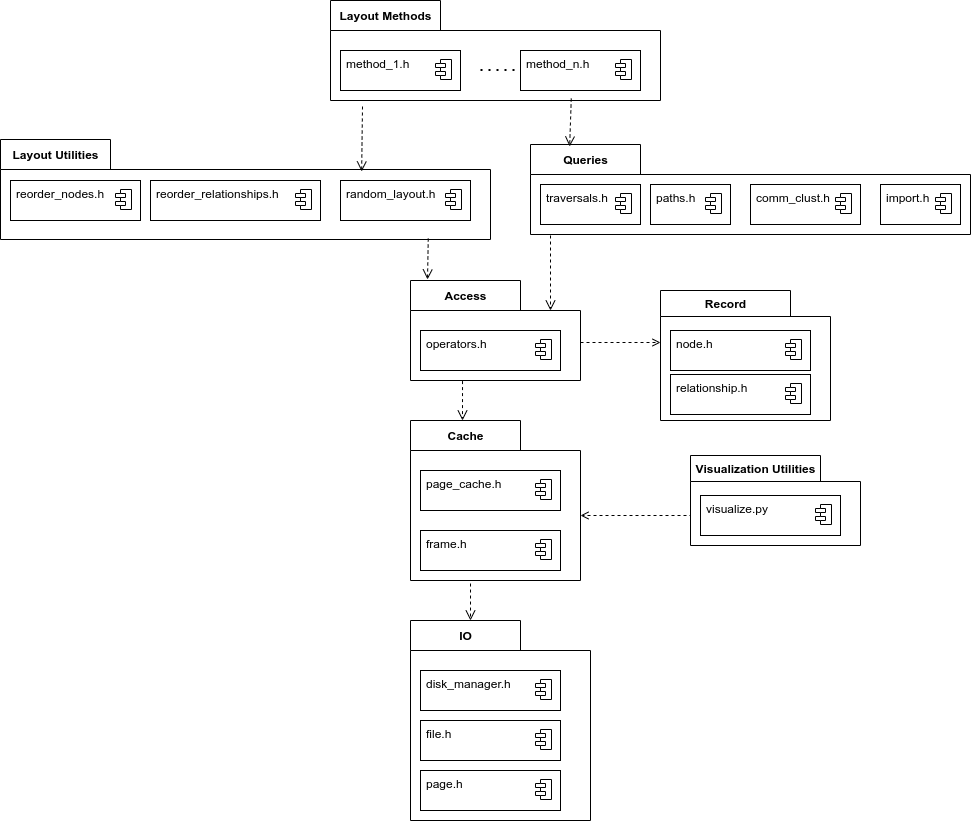
Earlier version of the draw.io export doc/user_guide/img/overview.png (SomeUserName1/master). Source tidied: cells renumbered, new cells last; positions are measured from the earlier drawing's top-left corner, leaving out a move shared by most shapes.
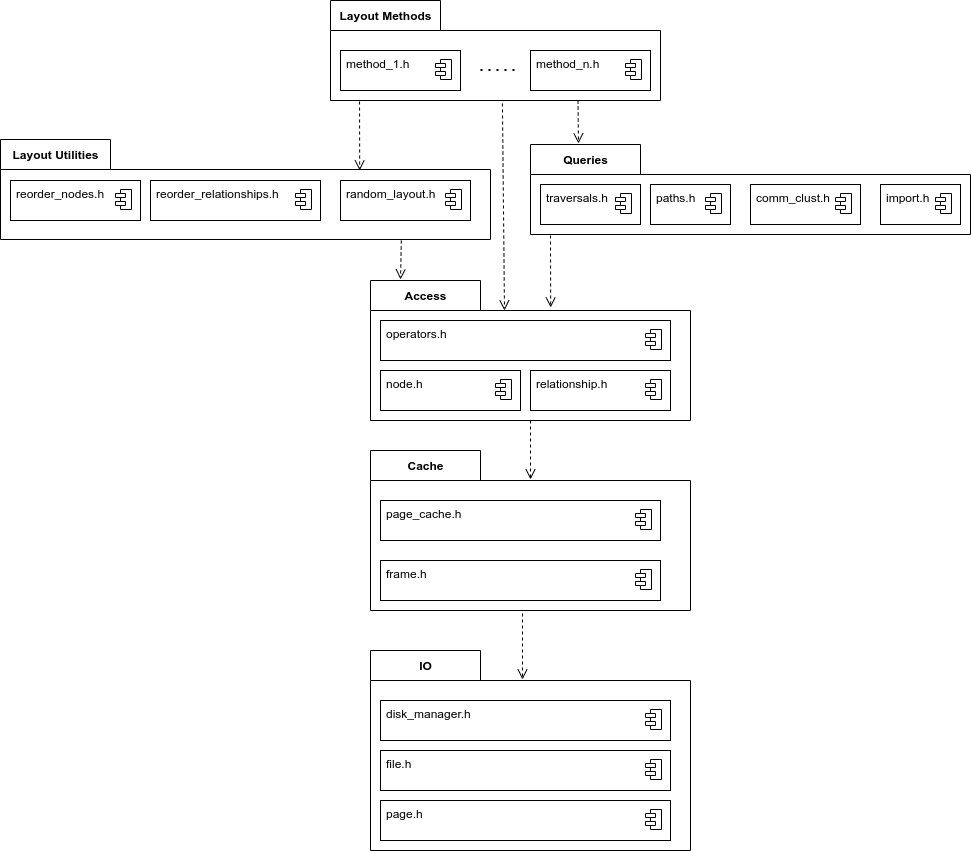
The same diagram one commit later.

Diff of the diagram source:
```diff
@@ -3,13 +3,13 @@
     <mxCell id="0" />
     <mxCell id="1" parent="0" />
     <mxCell id="2" value="IO" style="shape=folder;fontStyle=1;tabWidth=110;tabHeight=30;tabPosition=left;html=1;boundedLbl=1;labelInHeader=1;" parent="1" vertex="1">
-      <mxGeometry x="410" y="620" width="180" height="200" as="geometry" />
+      <mxGeometry x="370" y="650" width="320" height="200" as="geometry" />
     </mxCell>
     <mxCell id="3" style="fontStyle=1;align=center;verticalAlign=top;horizontal=1;" parent="2" vertex="1">
-      <mxGeometry x="10" y="150" width="140" height="40" as="geometry" />
+      <mxGeometry x="10" y="150" width="290" height="40" as="geometry" />
     </mxCell>
     <mxCell id="4" value="page.h" style="html=1;align=left;spacingLeft=4;verticalAlign=top;strokeColor=none;fillColor=none;" parent="3" vertex="1">
-      <mxGeometry width="140" height="40" as="geometry" />
+      <mxGeometry width="290" height="40" as="geometry" />
     </mxCell>
     <mxCell id="5" style="shape=module;jettyWidth=10;jettyHeight=4;" parent="4" vertex="1">
       <mxGeometry x="1" width="16" height="20" relative="1" as="geometry">
@@ -17,10 +17,10 @@
       </mxGeometry>
     </mxCell>
     <mxCell id="6" style="fontStyle=1;align=center;verticalAlign=top;horizontal=1;" parent="2" vertex="1">
-      <mxGeometry x="10" y="100" width="140" height="40" as="geometry" />
+      <mxGeometry x="10" y="100" width="290" height="40" as="geometry" />
     </mxCell>
     <mxCell id="7" value="file.h" style="html=1;align=left;spacingLeft=4;verticalAlign=top;strokeColor=none;fillColor=none;" parent="6" vertex="1">
-      <mxGeometry width="140" height="40" as="geometry" />
+      <mxGeometry width="290" height="40" as="geometry" />
     </mxCell>
     <mxCell id="8" style="shape=module;jettyWidth=10;jettyHeight=4;" parent="7" vertex="1">
       <mxGeometry x="1" width="16" height="20" relative="1" as="geometry">
@@ -28,10 +28,10 @@
       </mxGeometry>
     </mxCell>
     <mxCell id="9" style="fontStyle=1;align=center;verticalAlign=top;horizontal=1;" parent="2" vertex="1">
-      <mxGeometry x="10" y="50" width="140" height="40" as="geometry" />
+      <mxGeometry x="10" y="50" width="290" height="40" as="geometry" />
     </mxCell>
     <mxCell id="10" value="disk_manager.h" style="html=1;align=left;spacingLeft=4;verticalAlign=top;strokeColor=none;fillColor=none;" parent="9" vertex="1">
-      <mxGeometry width="140" height="40" as="geometry" />
+      <mxGeometry width="290" height="40" as="geometry" />
     </mxCell>
     <mxCell id="11" style="shape=module;jettyWidth=10;jettyHeight=4;" parent="10" vertex="1">
       <mxGeometry x="1" width="16" height="20" relative="1" as="geometry">
@@ -39,13 +39,13 @@
       </mxGeometry>
     </mxCell>
     <mxCell id="12" value="Cache" style="shape=folder;fontStyle=1;tabWidth=110;tabHeight=30;tabPosition=left;html=1;boundedLbl=1;labelInHeader=1;" parent="1" vertex="1">
-      <mxGeometry x="410" y="420" width="170" height="160" as="geometry" />
+      <mxGeometry x="370" y="450" width="320" height="160" as="geometry" />
     </mxCell>
     <mxCell id="13" style="fontStyle=1;align=center;verticalAlign=top;horizontal=1;" parent="12" vertex="1">
-      <mxGeometry x="10" y="110" width="140" height="40" as="geometry" />
+      <mxGeometry x="10" y="110" width="280" height="40" as="geometry" />
     </mxCell>
     <mxCell id="14" value="frame.h" style="html=1;align=left;spacingLeft=4;verticalAlign=top;strokeColor=none;fillColor=none;" parent="13" vertex="1">
-      <mxGeometry width="140" height="40" as="geometry" />
+      <mxGeometry width="280" height="40" as="geometry" />
     </mxCell>
     <mxCell id="15" style="shape=module;jettyWidth=10;jettyHeight=4;" parent="14" vertex="1">
       <mxGeometry x="1" width="16" height="20" relative="1" as="geometry">
@@ -53,39 +53,59 @@
       </mxGeometry>
     </mxCell>
     <mxCell id="16" style="fontStyle=1;align=center;verticalAlign=top;horizontal=1;" parent="12" vertex="1">
-      <mxGeometry x="10" y="50" width="140" height="40" as="geometry" />
+      <mxGeometry x="10" y="50" width="280" height="40" as="geometry" />
     </mxCell>
     <mxCell id="17" value="page_cache.h" style="html=1;align=left;spacingLeft=4;verticalAlign=top;strokeColor=none;fillColor=none;" parent="16" vertex="1">
-      <mxGeometry width="140" height="40" as="geometry" />
+      <mxGeometry width="280" height="40" as="geometry" />
     </mxCell>
     <mxCell id="18" style="shape=module;jettyWidth=10;jettyHeight=4;" parent="17" vertex="1">
       <mxGeometry x="1" width="16" height="20" relative="1" as="geometry">
         <mxPoint x="-25" y="9" as="offset" />
       </mxGeometry>
     </mxCell>
-    <mxCell id="19" style="endArrow=open;startArrow=none;endFill=0;startFill=0;endSize=8;html=1;verticalAlign=bottom;dashed=1;labelBackgroundColor=none;exitX=0.353;exitY=1.019;exitDx=0;exitDy=0;exitPerimeter=0;" parent="1" edge="1" source="12">
+    <mxCell id="19" style="endArrow=open;startArrow=none;endFill=0;startFill=0;endSize=8;html=1;verticalAlign=bottom;dashed=1;labelBackgroundColor=none;entryX=0.475;entryY=0.145;entryDx=0;entryDy=0;entryPerimeter=0;" parent="1" edge="1" target="2">
       <mxGeometry relative="1" as="geometry">
-        <mxPoint x="470" y="620" as="targetPoint" />
+        <mxPoint x="522" y="613" as="sourcePoint" />
       </mxGeometry>
     </mxCell>
     <mxCell id="20" value="Access" style="shape=folder;fontStyle=1;tabWidth=110;tabHeight=30;tabPosition=left;html=1;boundedLbl=1;labelInHeader=1;" parent="1" vertex="1">
-      <mxGeometry x="410" y="280" width="170" height="100" as="geometry" />
+      <mxGeometry x="370" y="280" width="320" height="140" as="geometry" />
     </mxCell>
+    <mxCell id="73" style="fontStyle=1;align=center;verticalAlign=top;horizontal=1;" parent="20" vertex="1">
+      <mxGeometry x="10" y="90" width="140" height="40" as="geometry" />
+    </mxCell>
+    <mxCell id="67" value="node.h" style="html=1;align=left;spacingLeft=4;verticalAlign=top;strokeColor=none;fillColor=none;" parent="73" vertex="1">
+      <mxGeometry width="140" height="40" as="geometry" />
+    </mxCell>
+    <mxCell id="74" style="shape=module;jettyWidth=10;jettyHeight=4;" parent="67" vertex="1">
+      <mxGeometry x="1" width="16" height="20" relative="1" as="geometry">
+        <mxPoint x="-25" y="9" as="offset" />
+      </mxGeometry>
+    </mxCell>
+    <mxCell id="75" style="fontStyle=1;align=center;verticalAlign=top;horizontal=1;" parent="20" vertex="1">
+      <mxGeometry x="160" y="90" width="140" height="40" as="geometry" />
+    </mxCell>
+    <mxCell id="70" value="relationship.h" style="html=1;align=left;spacingLeft=4;verticalAlign=top;strokeColor=none;fillColor=none;" parent="75" vertex="1">
+      <mxGeometry width="140" height="40" as="geometry" />
+    </mxCell>
+    <mxCell id="76" style="shape=module;jettyWidth=10;jettyHeight=4;" parent="70" vertex="1">
+      <mxGeometry x="1" width="16" height="20" relative="1" as="geometry">
+        <mxPoint x="-25" y="9" as="offset" />
+      </mxGeometry>
+    </mxCell>
     <mxCell id="21" style="fontStyle=1;align=center;verticalAlign=top;horizontal=1;" parent="20" vertex="1">
-      <mxGeometry x="10" y="50" width="140" height="40" as="geometry" />
+      <mxGeometry x="10" y="40" width="290" height="40" as="geometry" />
     </mxCell>
     <mxCell id="22" value="operators.h" style="html=1;align=left;spacingLeft=4;verticalAlign=top;strokeColor=none;fillColor=none;" parent="21" vertex="1">
-      <mxGeometry width="140" height="40" as="geometry" />
+      <mxGeometry width="290" height="40" as="geometry" />
     </mxCell>
     <mxCell id="23" style="shape=module;jettyWidth=10;jettyHeight=4;" parent="22" vertex="1">
       <mxGeometry x="1" width="16" height="20" relative="1" as="geometry">
         <mxPoint x="-25" y="9" as="offset" />
       </mxGeometry>
     </mxCell>
-    <mxCell id="24" style="endArrow=open;startArrow=none;endFill=0;startFill=0;endSize=8;html=1;verticalAlign=bottom;dashed=1;labelBackgroundColor=none;exitX=0.306;exitY=1.006;exitDx=0;exitDy=0;exitPerimeter=0;" parent="1" edge="1" source="20">
-      <mxGeometry relative="1" as="geometry">
-        <mxPoint x="462" y="420" as="targetPoint" />
-      </mxGeometry>
+    <mxCell id="24" style="endArrow=open;startArrow=none;endFill=0;startFill=0;endSize=8;html=1;verticalAlign=bottom;dashed=1;labelBackgroundColor=none;entryX=0.5;entryY=0.181;entryDx=0;entryDy=0;entryPerimeter=0;exitX=0.5;exitY=1;exitDx=0;exitDy=0;exitPerimeter=0;" parent="1" edge="1" source="20" target="12">
+      <mxGeometry relative="1" as="geometry" />
     </mxCell>
     <mxCell id="25" value="Queries" style="shape=folder;fontStyle=1;tabWidth=110;tabHeight=30;tabPosition=left;html=1;boundedLbl=1;labelInHeader=1;" parent="1" vertex="1">
       <mxGeometry x="530" y="144" width="440" height="90" as="geometry" />
@@ -134,7 +154,7 @@
         <mxPoint x="-25" y="9" as="offset" />
       </mxGeometry>
     </mxCell>
-    <mxCell id="38" style="endArrow=open;startArrow=none;endFill=0;startFill=0;endSize=8;html=1;verticalAlign=bottom;dashed=1;labelBackgroundColor=none;entryX=0;entryY=0;entryDx=140;entryDy=30;entryPerimeter=0;" parent="1" edge="1" target="20">
+    <mxCell id="38" style="endArrow=open;startArrow=none;endFill=0;startFill=0;endSize=8;html=1;verticalAlign=bottom;dashed=1;labelBackgroundColor=none;entryX=0.563;entryY=0.193;entryDx=0;entryDy=0;entryPerimeter=0;" parent="1" edge="1" target="20">
       <mxGeometry relative="1" as="geometry">
         <mxPoint x="550" y="235" as="sourcePoint" />
       </mxGeometry>
@@ -175,8 +195,10 @@
         <mxPoint x="-25" y="9" as="offset" />
       </mxGeometry>
     </mxCell>
-    <mxCell id="49" style="endArrow=open;startArrow=none;endFill=0;startFill=0;endSize=8;html=1;verticalAlign=bottom;dashed=1;labelBackgroundColor=none;entryX=0.1;entryY=-0.01;entryDx=0;entryDy=0;entryPerimeter=0;exitX=0.873;exitY=0.99;exitDx=0;exitDy=0;exitPerimeter=0;" parent="1" edge="1" source="39" target="20">
-      <mxGeometry relative="1" as="geometry" />
+    <mxCell id="49" style="endArrow=open;startArrow=none;endFill=0;startFill=0;endSize=8;html=1;verticalAlign=bottom;dashed=1;labelBackgroundColor=none;exitX=0.818;exitY=1.01;exitDx=0;exitDy=0;exitPerimeter=0;" parent="1" edge="1" source="39">
+      <mxGeometry relative="1" as="geometry">
+        <mxPoint x="400" y="279" as="targetPoint" />
+      </mxGeometry>
     </mxCell>
     <mxCell id="50" value="Layout Methods" style="shape=folder;fontStyle=1;tabWidth=110;tabHeight=30;tabPosition=left;html=1;boundedLbl=1;labelInHeader=1;" parent="1" vertex="1">
       <mxGeometry x="330" width="330" height="100" as="geometry" />
@@ -199,7 +221,7 @@
       </mxGeometry>
     </mxCell>
     <mxCell id="55" style="fontStyle=1;align=center;verticalAlign=top;horizontal=1;" parent="50" vertex="1">
-      <mxGeometry x="190" y="50" width="120" height="40" as="geometry" />
+      <mxGeometry x="200" y="50" width="120" height="40" as="geometry" />
     </mxCell>
     <mxCell id="56" value="method_n.h" style="html=1;align=left;spacingLeft=4;verticalAlign=top;strokeColor=none;fillColor=none;" parent="55" vertex="1">
       <mxGeometry width="120" height="40" as="geometry" />
@@ -209,64 +231,18 @@
         <mxPoint x="-25" y="9" as="offset" />
       </mxGeometry>
     </mxCell>
-    <mxCell id="58" style="endArrow=open;startArrow=none;endFill=0;startFill=0;endSize=8;html=1;verticalAlign=bottom;dashed=1;labelBackgroundColor=none;entryX=0.737;entryY=0.32;entryDx=0;entryDy=0;entryPerimeter=0;exitX=0.097;exitY=1.06;exitDx=0;exitDy=0;exitPerimeter=0;" parent="1" edge="1" source="50" target="39">
+    <mxCell id="58" style="endArrow=open;startArrow=none;endFill=0;startFill=0;endSize=8;html=1;verticalAlign=bottom;dashed=1;labelBackgroundColor=none;entryX=0.733;entryY=0.31;entryDx=0;entryDy=0;entryPerimeter=0;exitX=0.088;exitY=1.01;exitDx=0;exitDy=0;exitPerimeter=0;" parent="1" edge="1" source="50" target="39">
       <mxGeometry relative="1" as="geometry" />
     </mxCell>
-    <mxCell id="59" style="endArrow=open;startArrow=none;endFill=0;startFill=0;endSize=8;html=1;verticalAlign=bottom;dashed=1;labelBackgroundColor=none;entryX=0.089;entryY=0.022;entryDx=0;entryDy=0;entryPerimeter=0;exitX=0.873;exitY=0.99;exitDx=0;exitDy=0;exitPerimeter=0;" parent="1" edge="1" target="25">
+    <mxCell id="59" style="endArrow=open;startArrow=none;endFill=0;startFill=0;endSize=8;html=1;verticalAlign=bottom;dashed=1;labelBackgroundColor=none;exitX=0.75;exitY=1;exitDx=0;exitDy=0;exitPerimeter=0;" parent="1" edge="1" source="50">
       <mxGeometry relative="1" as="geometry">
-        <mxPoint x="570.8" y="98" as="sourcePoint" />
+        <mxPoint x="578" y="143" as="targetPoint" />
       </mxGeometry>
     </mxCell>
-    <mxCell id="60" value="Visualization Utilities" style="shape=folder;fontStyle=1;tabWidth=130;tabHeight=26;tabPosition=left;html=1;boundedLbl=1;labelInHeader=1;" parent="1" vertex="1">
-      <mxGeometry x="690" y="455" width="170" height="90" as="geometry" />
-    </mxCell>
-    <mxCell id="61" style="fontStyle=1;align=center;verticalAlign=top;horizontal=1;" parent="60" vertex="1">
-      <mxGeometry x="10" y="40" width="140" height="40" as="geometry" />
-    </mxCell>
-    <mxCell id="62" value="visualize.py" style="html=1;align=left;spacingLeft=4;verticalAlign=top;strokeColor=none;fillColor=none;" parent="61" vertex="1">
-      <mxGeometry width="140" height="40" as="geometry" />
-    </mxCell>
-    <mxCell id="63" style="shape=module;jettyWidth=10;jettyHeight=4;" parent="62" vertex="1">
-      <mxGeometry x="1" width="16" height="20" relative="1" as="geometry">
-        <mxPoint x="-25" y="9" as="offset" />
-      </mxGeometry>
-    </mxCell>
-    <mxCell id="64" style="edgeStyle=orthogonalEdgeStyle;rounded=0;jettySize=auto;html=1;entryX=0;entryY=0;entryDx=170;entryDy=95;entryPerimeter=0;exitX=0;exitY=0;exitDx=0;exitDy=58;exitPerimeter=0;dashed=1;endArrow=open;endFill=0;" parent="1" edge="1" source="60" target="12">
-      <mxGeometry relative="1" as="geometry">
-        <Array as="points">
-          <mxPoint x="690" y="515" />
-        </Array>
-      </mxGeometry>
-    </mxCell>
-    <mxCell id="65" value="Record" style="shape=folder;fontStyle=1;tabWidth=130;tabHeight=26;tabPosition=left;html=1;boundedLbl=1;labelInHeader=1;" parent="1" vertex="1">
-      <mxGeometry x="660" y="290" width="170" height="130" as="geometry" />
-    </mxCell>
-    <mxCell id="66" style="fontStyle=1;align=center;verticalAlign=top;horizontal=1;" parent="65" vertex="1">
-      <mxGeometry x="10" y="40" width="140" height="40" as="geometry" />
-    </mxCell>
-    <mxCell id="67" value="node.h" style="html=1;align=left;spacingLeft=4;verticalAlign=top;strokeColor=none;fillColor=none;" parent="66" vertex="1">
-      <mxGeometry width="140" height="40" as="geometry" />
-    </mxCell>
-    <mxCell id="68" style="shape=module;jettyWidth=10;jettyHeight=4;" parent="67" vertex="1">
-      <mxGeometry x="1" width="16" height="20" relative="1" as="geometry">
-        <mxPoint x="-25" y="9" as="offset" />
-      </mxGeometry>
-    </mxCell>
-    <mxCell id="69" style="fontStyle=1;align=center;verticalAlign=top;horizontal=1;" parent="65" vertex="1">
-      <mxGeometry x="10" y="84" width="140" height="40" as="geometry" />
-    </mxCell>
-    <mxCell id="70" value="relationship.h" style="html=1;align=left;spacingLeft=4;verticalAlign=top;strokeColor=none;fillColor=none;" parent="69" vertex="1">
-      <mxGeometry width="140" height="40" as="geometry" />
-    </mxCell>
-    <mxCell id="71" style="shape=module;jettyWidth=10;jettyHeight=4;" parent="70" vertex="1">
-      <mxGeometry x="1" width="16" height="20" relative="1" as="geometry">
-        <mxPoint x="-25" y="9" as="offset" />
-      </mxGeometry>
-    </mxCell>
-    <mxCell id="72" style="rounded=0;jettySize=auto;html=1;entryX=0;entryY=0;entryDx=0;entryDy=52;entryPerimeter=0;dashed=1;endArrow=open;endFill=0;" parent="1" edge="1" target="65">
-      <mxGeometry relative="1" as="geometry">
-        <mxPoint x="580" y="342" as="sourcePoint" />
-      </mxGeometry>
-    </mxCell>
+    <mxCell id="77" style="endArrow=open;startArrow=none;endFill=0;startFill=0;endSize=8;html=1;verticalAlign=bottom;dashed=1;labelBackgroundColor=none;exitX=0.521;exitY=1.03;exitDx=0;exitDy=0;exitPerimeter=0;" parent="1" edge="1" source="50">
+      <mxGeometry relative="1" as="geometry">
+        <mxPoint x="504" y="310" as="targetPoint" />
+      </mxGeometry>
+    </mxCell>
   </root>
 </mxGraphModel>
```
